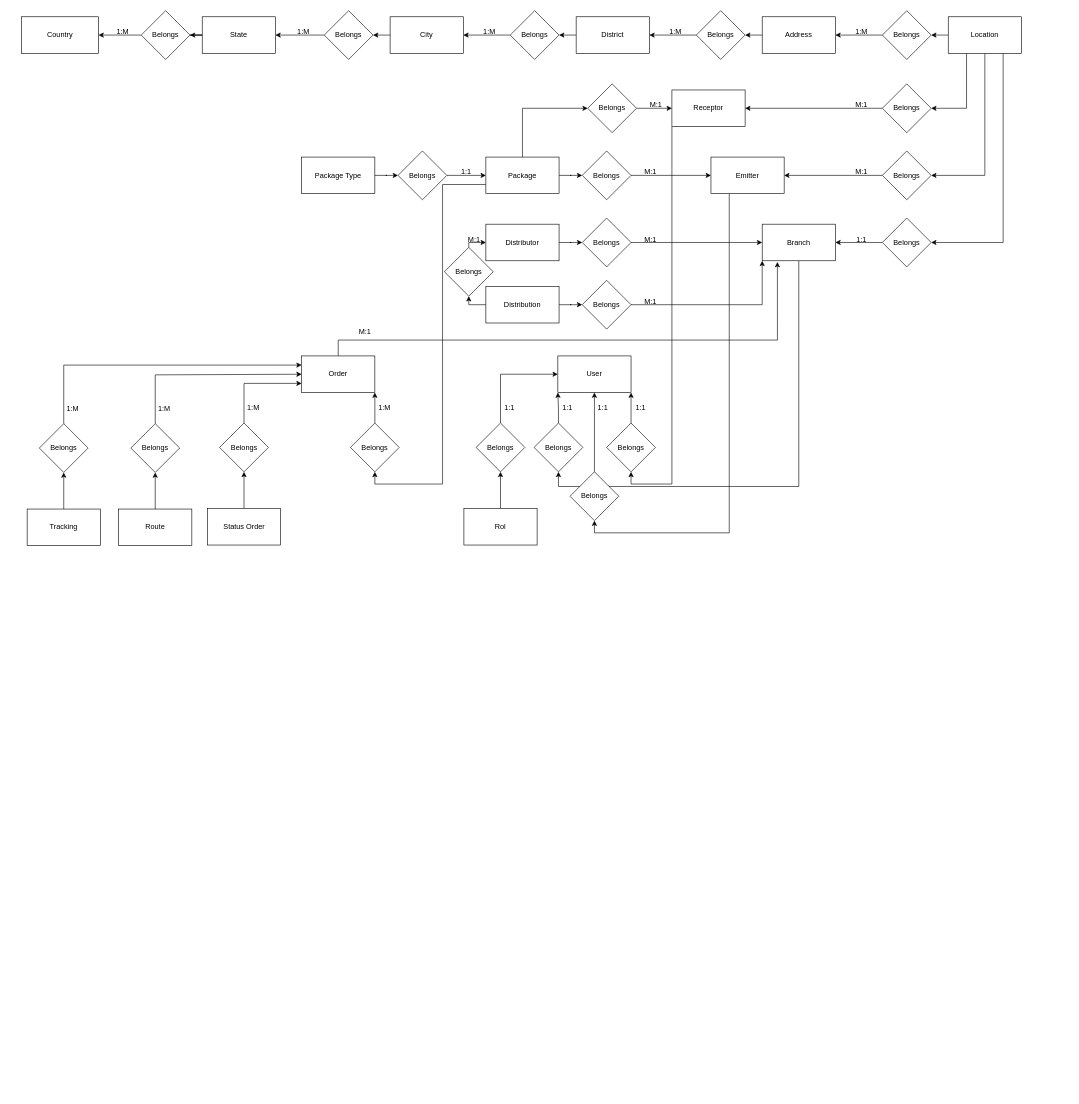
Earlier version of the draw.io diagram Resources/Diagramas/PushUpDB_DLogico.drawio (DiegoCastro7/PushUpCoordinadora). Source tidied: cells renumbered, new cells numbered last; positions are measured from the earlier drawing's top-left corner, leaving out a move shared by most shapes. Both pictures are drawn from the tidied source at 61%, with x=0, y=0 at pixel (21, 10).
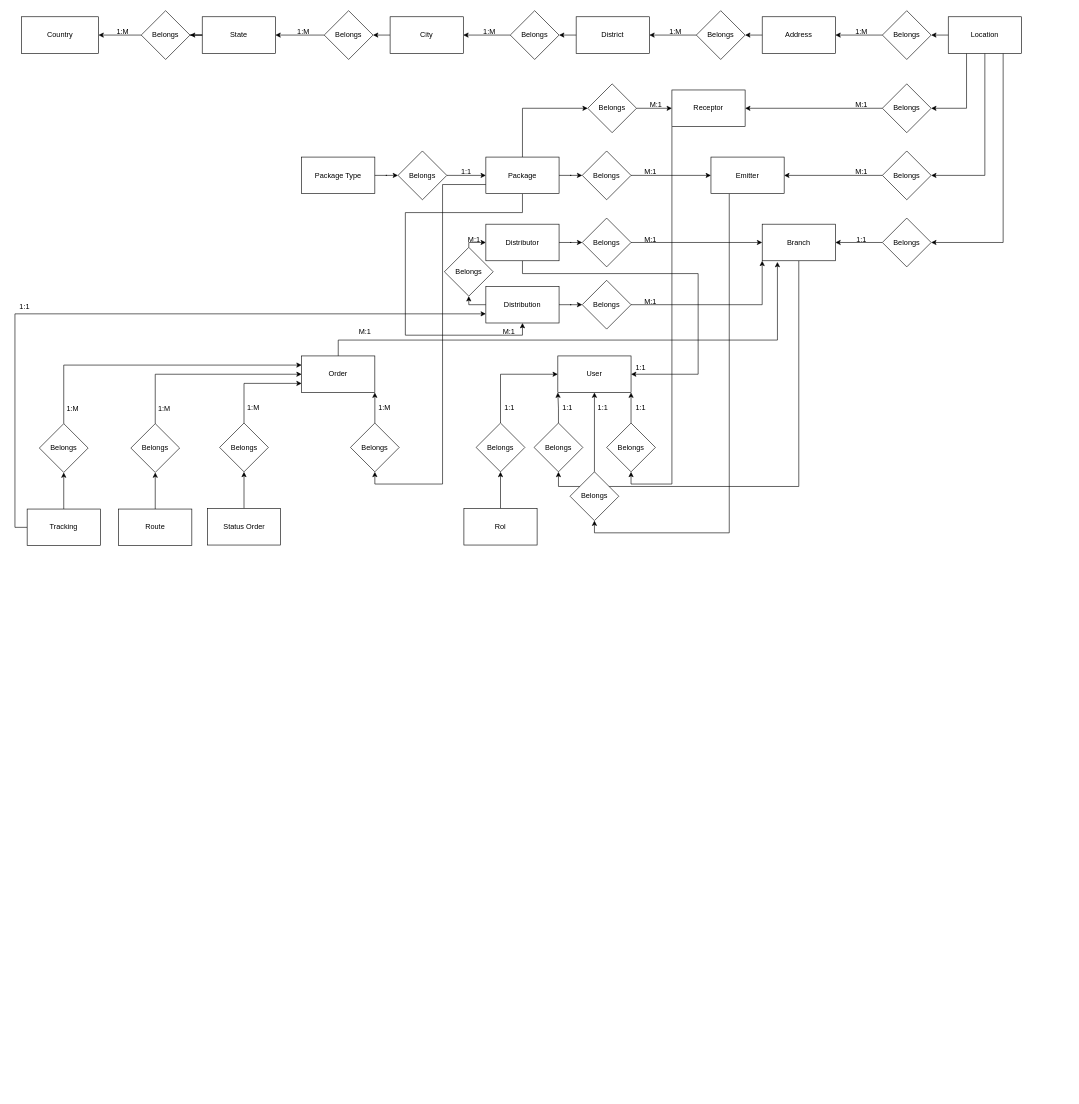
The same page after the edit.

Commit message:
feat: :sparkles: Relationship modifications DLogico

The change refers to these unchanged cells:
```xml
<mxCell id="2" style="group;" parent="1" vertex="1">
  <mxGeometry x="369" y="20" width="1347" height="1755" as="geometry" />
</mxCell>
<mxCell id="47" value="User" style="rounded=0;whiteSpace=wrap;html=1;" parent="2" vertex="1">
  <mxGeometry x="510" y="546" width="120" height="60" as="geometry" />
</mxCell>
<mxCell id="64" value="Package" style="rounded=0;whiteSpace=wrap;html=1;" parent="2" vertex="1">
  <mxGeometry x="392" y="220" width="120" height="60" as="geometry" />
</mxCell>
<mxCell id="78" value="Order" style="rounded=0;whiteSpace=wrap;html=1;" parent="2" vertex="1">
  <mxGeometry x="90" y="546" width="120" height="60" as="geometry" />
</mxCell>
<mxCell id="87" value="Distributor" style="rounded=0;whiteSpace=wrap;html=1;" parent="2" vertex="1">
  <mxGeometry x="392" y="330" width="120" height="60" as="geometry" />
</mxCell>
<mxCell id="94" value="Distribution" style="rounded=0;whiteSpace=wrap;html=1;" parent="2" vertex="1">
  <mxGeometry x="392" y="432" width="120" height="60" as="geometry" />
</mxCell>
<mxCell id="103" value="Belongs" style="rhombus;whiteSpace=wrap;html=1;" parent="1" vertex="1">
  <mxGeometry x="179" y="677" width="80" height="80" as="geometry" />
</mxCell>
<mxCell id="111" value="Tracking" style="rounded=0;whiteSpace=wrap;html=1;" parent="1" vertex="1">
  <mxGeometry x="9" y="817" width="120" height="60" as="geometry" />
</mxCell>
```

Change to the diagram source:
```diff
@@
+    <mxCell id="112" style="edgeStyle=orthogonalEdgeStyle;rounded=0;jettySize=auto;html=1;exitX=0.5;exitY=1;exitDx=0;exitDy=0;entryX=0.5;entryY=1;entryDx=0;entryDy=0;" parent="2" edge="1" source="64" target="94">
+      <mxGeometry relative="1" as="geometry">
+        <Array as="points">
+          <mxPoint x="452" y="311" />
+          <mxPoint x="260" y="311" />
+          <mxPoint x="260" y="512" />
+          <mxPoint x="452" y="512" />
+        </Array>
+      </mxGeometry>
+    </mxCell>
@@
+    <mxCell id="113" style="edgeStyle=orthogonalEdgeStyle;rounded=0;jettySize=auto;html=1;entryX=1;entryY=0.5;entryDx=0;entryDy=0;" parent="2" edge="1" source="87" target="47">
+      <mxGeometry relative="1" as="geometry">
+        <Array as="points">
+          <mxPoint x="452" y="411" />
+          <mxPoint x="740" y="411" />
+          <mxPoint x="740" y="576" />
+        </Array>
+      </mxGeometry>
+    </mxCell>
@@
+    <mxCell id="114" value="1:1" style="text;html=1;strokeColor=none;fillColor=none;align=center;verticalAlign=middle;whiteSpace=wrap;rounded=0;rotation=0;" parent="2" vertex="1">
+      <mxGeometry x="630" y="561" width="32" height="10" as="geometry" />
+    </mxCell>
+    <mxCell id="115" value="M:1" style="text;html=1;strokeColor=none;fillColor=none;align=center;verticalAlign=middle;whiteSpace=wrap;rounded=0;rotation=0;" parent="2" vertex="1">
+      <mxGeometry x="414" y="502" width="32" height="10" as="geometry" />
+    </mxCell>
     <mxCell id="102" style="edgeStyle=orthogonalEdgeStyle;rounded=0;jettySize=auto;html=1;exitX=0.5;exitY=0;exitDx=0;exitDy=0;entryX=0;entryY=0.5;entryDx=0;entryDy=0;" parent="1" edge="1" source="103" target="78">
       <mxGeometry relative="1" as="geometry">
         <Array as="points">
-          <mxPoint x="219" y="597" />
+          <mxPoint x="219" y="596" />
         </Array>
       </mxGeometry>
     </mxCell>
@@
+    <mxCell id="116" style="edgeStyle=orthogonalEdgeStyle;rounded=0;jettySize=auto;html=1;exitX=0;exitY=0.5;exitDx=0;exitDy=0;entryX=0;entryY=0.75;entryDx=0;entryDy=0;" parent="1" edge="1" source="111" target="94">
+      <mxGeometry relative="1" as="geometry" />
+    </mxCell>
@@
+    <mxCell id="117" value="1:1" style="text;html=1;strokeColor=none;fillColor=none;align=center;verticalAlign=middle;whiteSpace=wrap;rounded=0;rotation=0;" parent="1" vertex="1">
+      <mxGeometry x="-11" y="481" width="32" height="10" as="geometry" />
+    </mxCell>
```
